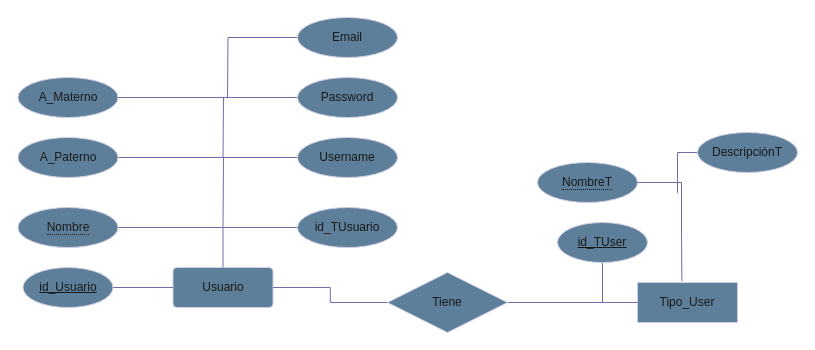
The draw.io diagram page "ModeloER" (2 of 3) of Newproject.drawio in Fil-Cabildo/Projectone, before the edit. Source tidied: cells renumbered, new cells numbered last; positions are measured from the earlier drawing's top-left corner, leaving out a move shared by most shapes. Both pictures are drawn from the tidied source at 100%, with x=0, y=0 at pixel (17, 17).
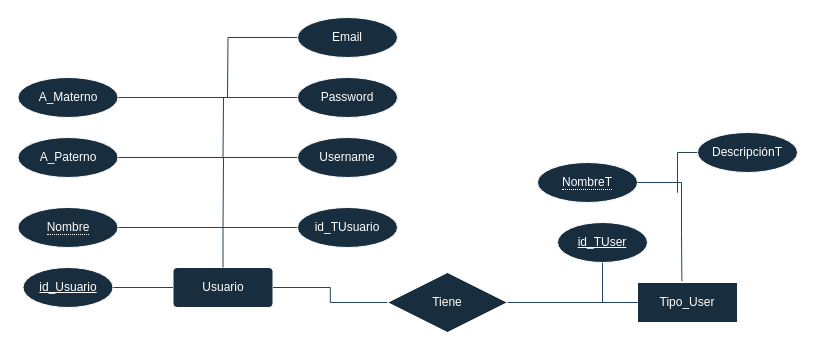
Above is the later version.

The edit, as a diff of the source:
```diff
@@
-<mxGraphModel background="light-dark(#FFFFFF,#776161)">
+<mxGraphModel background="light-dark(#FFFFFF, #02699d)">
@@
-    <mxCell id="2" value="Usuario" style="rounded=1;arcSize=10;whiteSpace=wrap;html=1;align=center;labelBackgroundColor=none;fillColor=#5D7F99;strokeColor=#D0CEE2;fontColor=#1A1A1A;" parent="1" vertex="1">
+    <mxCell id="2" value="Usuario" style="rounded=1;arcSize=10;whiteSpace=wrap;html=1;align=center;labelBackgroundColor=none;fillColor=#182E3E;strokeColor=#FFFFFF;fontColor=#FFFFFF;" parent="1" vertex="1">
       <mxGeometry x="155.5" y="250" width="100" height="40" as="geometry" />
     </mxCell>
-    <mxCell id="3" style="edgeStyle=orthogonalEdgeStyle;rounded=1;jettySize=auto;html=1;labelBackgroundColor=none;fontColor=default;strokeColor=#736CA8;endArrow=none;endFill=0;" parent="1" edge="1" source="4" target="2">
+    <mxCell id="3" style="edgeStyle=orthogonalEdgeStyle;rounded=1;jettySize=auto;html=1;labelBackgroundColor=none;fontColor=default;endArrow=none;endFill=0;strokeColor=#23445D;" parent="1" edge="1" source="4" target="2">
       <mxGeometry relative="1" as="geometry" />
     </mxCell>
-    <mxCell id="4" value="id_Usuario" style="ellipse;whiteSpace=wrap;html=1;align=center;fontStyle=4;rounded=1;labelBackgroundColor=none;fillColor=#5D7F99;strokeColor=#D0CEE2;fontColor=#1A1A1A;" parent="1" vertex="1">
+    <mxCell id="4" value="id_Usuario" style="ellipse;whiteSpace=wrap;html=1;align=center;fontStyle=4;rounded=1;labelBackgroundColor=none;fillColor=#182E3E;strokeColor=#FFFFFF;fontColor=#FFFFFF;" parent="1" vertex="1">
       <mxGeometry x="5.5" y="250" width="90" height="40" as="geometry" />
     </mxCell>
-    <mxCell id="5" style="edgeStyle=orthogonalEdgeStyle;rounded=0;jettySize=auto;html=1;strokeColor=#736CA8;endArrow=none;endFill=0;labelBackgroundColor=none;fontColor=default;" parent="1" edge="1" source="6" target="2">
+    <mxCell id="5" style="edgeStyle=orthogonalEdgeStyle;rounded=0;jettySize=auto;html=1;endArrow=none;endFill=0;labelBackgroundColor=none;fontColor=default;strokeColor=#23445D;" parent="1" edge="1" source="6" target="2">
       <mxGeometry relative="1" as="geometry" />
     </mxCell>
-    <mxCell id="6" value="&lt;span style=&quot;border-bottom: 1px dotted&quot;&gt;Nombre&lt;/span&gt;" style="ellipse;whiteSpace=wrap;html=1;align=center;strokeColor=#D0CEE2;fontColor=#1A1A1A;fillColor=#5D7F99;labelBackgroundColor=none;" parent="1" vertex="1">
+    <mxCell id="6" value="&lt;span style=&quot;border-bottom: 1px dotted&quot;&gt;Nombre&lt;/span&gt;" style="ellipse;whiteSpace=wrap;html=1;align=center;labelBackgroundColor=none;fillColor=#182E3E;strokeColor=#FFFFFF;fontColor=#FFFFFF;" parent="1" vertex="1">
       <mxGeometry x="0.5" y="190" width="100" height="40" as="geometry" />
     </mxCell>
-    <mxCell id="7" style="edgeStyle=orthogonalEdgeStyle;rounded=0;jettySize=auto;html=1;exitX=1;exitY=0.5;exitDx=0;exitDy=0;strokeColor=#736CA8;endArrow=none;endFill=0;labelBackgroundColor=none;fontColor=default;" parent="1" edge="1" source="8">
+    <mxCell id="7" style="edgeStyle=orthogonalEdgeStyle;rounded=0;jettySize=auto;html=1;exitX=1;exitY=0.5;exitDx=0;exitDy=0;endArrow=none;endFill=0;labelBackgroundColor=none;fontColor=default;strokeColor=#23445D;" parent="1" edge="1" source="8">
       <mxGeometry relative="1" as="geometry">
         <mxPoint x="205.5" y="210" as="targetPoint" />
       </mxGeometry>
     </mxCell>
-    <mxCell id="8" value="A_Paterno" style="ellipse;whiteSpace=wrap;html=1;align=center;strokeColor=#D0CEE2;fontColor=#1A1A1A;fillColor=#5D7F99;labelBackgroundColor=none;" parent="1" vertex="1">
+    <mxCell id="8" value="A_Paterno" style="ellipse;whiteSpace=wrap;html=1;align=center;labelBackgroundColor=none;fillColor=#182E3E;strokeColor=#FFFFFF;fontColor=#FFFFFF;" parent="1" vertex="1">
       <mxGeometry x="0.5" y="120" width="100" height="40" as="geometry" />
     </mxCell>
-    <mxCell id="9" style="edgeStyle=orthogonalEdgeStyle;rounded=0;jettySize=auto;html=1;strokeColor=#736CA8;endArrow=none;endFill=0;labelBackgroundColor=none;fontColor=default;" parent="1" edge="1" source="10">
+    <mxCell id="9" style="edgeStyle=orthogonalEdgeStyle;rounded=0;jettySize=auto;html=1;endArrow=none;endFill=0;labelBackgroundColor=none;fontColor=default;strokeColor=#23445D;" parent="1" edge="1" source="10">
       <mxGeometry relative="1" as="geometry">
         <mxPoint x="205.5" y="140" as="targetPoint" />
       </mxGeometry>
     </mxCell>
-    <mxCell id="10" value="A_Materno" style="ellipse;whiteSpace=wrap;html=1;align=center;strokeColor=#D0CEE2;fontColor=#1A1A1A;fillColor=#5D7F99;labelBackgroundColor=none;" parent="1" vertex="1">
+    <mxCell id="10" value="A_Materno" style="ellipse;whiteSpace=wrap;html=1;align=center;labelBackgroundColor=none;fillColor=#182E3E;strokeColor=#FFFFFF;fontColor=#FFFFFF;" parent="1" vertex="1">
       <mxGeometry x="0.5" y="60" width="100" height="40" as="geometry" />
     </mxCell>
-    <mxCell id="11" style="edgeStyle=orthogonalEdgeStyle;rounded=0;jettySize=auto;html=1;strokeColor=#736CA8;endArrow=none;endFill=0;labelBackgroundColor=none;fontColor=default;" parent="1" edge="1" source="12">
+    <mxCell id="11" style="edgeStyle=orthogonalEdgeStyle;rounded=0;jettySize=auto;html=1;endArrow=none;endFill=0;labelBackgroundColor=none;fontColor=default;strokeColor=#23445D;" parent="1" edge="1" source="12">
       <mxGeometry relative="1" as="geometry">
         <mxPoint x="200" y="80" as="targetPoint" />
       </mxGeometry>
     </mxCell>
-    <mxCell id="12" value="Password" style="ellipse;whiteSpace=wrap;html=1;align=center;strokeColor=#D0CEE2;fontColor=#1A1A1A;fillColor=#5D7F99;labelBackgroundColor=none;" parent="1" vertex="1">
+    <mxCell id="12" value="Password" style="ellipse;whiteSpace=wrap;html=1;align=center;labelBackgroundColor=none;fillColor=#182E3E;strokeColor=#FFFFFF;fontColor=#FFFFFF;" parent="1" vertex="1">
       <mxGeometry x="280" y="60" width="100" height="40" as="geometry" />
     </mxCell>
-    <mxCell id="13" style="edgeStyle=orthogonalEdgeStyle;rounded=0;jettySize=auto;html=1;strokeColor=#736CA8;endArrow=none;endFill=0;labelBackgroundColor=none;fontColor=default;" parent="1" edge="1" source="14">
+    <mxCell id="13" style="edgeStyle=orthogonalEdgeStyle;rounded=0;jettySize=auto;html=1;endArrow=none;endFill=0;labelBackgroundColor=none;fontColor=default;strokeColor=#23445D;" parent="1" edge="1" source="14">
       <mxGeometry relative="1" as="geometry">
         <mxPoint x="200" y="140" as="targetPoint" />
       </mxGeometry>
     </mxCell>
-    <mxCell id="14" value="Username" style="ellipse;whiteSpace=wrap;html=1;align=center;strokeColor=#D0CEE2;fontColor=#1A1A1A;fillColor=#5D7F99;labelBackgroundColor=none;" parent="1" vertex="1">
+    <mxCell id="14" value="Username" style="ellipse;whiteSpace=wrap;html=1;align=center;labelBackgroundColor=none;fillColor=#182E3E;strokeColor=#FFFFFF;fontColor=#FFFFFF;" parent="1" vertex="1">
       <mxGeometry x="280" y="120" width="100" height="40" as="geometry" />
     </mxCell>
-    <mxCell id="15" style="edgeStyle=orthogonalEdgeStyle;rounded=0;jettySize=auto;html=1;strokeColor=#736CA8;endArrow=none;endFill=0;labelBackgroundColor=none;fontColor=default;" parent="1" edge="1" source="16">
+    <mxCell id="15" style="edgeStyle=orthogonalEdgeStyle;rounded=0;jettySize=auto;html=1;endArrow=none;endFill=0;labelBackgroundColor=none;fontColor=default;strokeColor=#23445D;" parent="1" edge="1" source="16">
       <mxGeometry relative="1" as="geometry">
         <mxPoint x="200" y="210" as="targetPoint" />
       </mxGeometry>
     </mxCell>
-    <mxCell id="16" value="id_TUsuario" style="ellipse;whiteSpace=wrap;html=1;align=center;strokeColor=#D0CEE2;fontColor=#1A1A1A;fillColor=#5D7F99;labelBackgroundColor=none;" parent="1" vertex="1">
+    <mxCell id="16" value="id_TUsuario" style="ellipse;whiteSpace=wrap;html=1;align=center;labelBackgroundColor=none;fillColor=#182E3E;strokeColor=#FFFFFF;fontColor=#FFFFFF;" parent="1" vertex="1">
       <mxGeometry x="280" y="190" width="100" height="40" as="geometry" />
     </mxCell>
-    <mxCell id="17" style="edgeStyle=orthogonalEdgeStyle;rounded=0;jettySize=auto;html=1;strokeColor=#736CA8;endArrow=none;endFill=0;labelBackgroundColor=none;fontColor=default;" parent="1" edge="1" source="18">
+    <mxCell id="17" style="edgeStyle=orthogonalEdgeStyle;rounded=0;jettySize=auto;html=1;endArrow=none;endFill=0;labelBackgroundColor=none;fontColor=default;strokeColor=#23445D;" parent="1" edge="1" source="18">
       <mxGeometry relative="1" as="geometry">
         <mxPoint x="210" y="80" as="targetPoint" />
       </mxGeometry>
     </mxCell>
-    <mxCell id="18" value="Email" style="ellipse;whiteSpace=wrap;html=1;align=center;strokeColor=#D0CEE2;fontColor=#1A1A1A;fillColor=#5D7F99;labelBackgroundColor=none;" parent="1" vertex="1">
+    <mxCell id="18" value="Email" style="ellipse;whiteSpace=wrap;html=1;align=center;labelBackgroundColor=none;fillColor=#182E3E;strokeColor=#FFFFFF;fontColor=#FFFFFF;" parent="1" vertex="1">
       <mxGeometry x="280" width="100" height="40" as="geometry" />
     </mxCell>
-    <mxCell id="19" value="Tipo_User" style="whiteSpace=wrap;html=1;align=center;strokeColor=#D0CEE2;fontColor=#1A1A1A;fillColor=#5D7F99;labelBackgroundColor=none;" parent="1" vertex="1">
+    <mxCell id="19" value="Tipo_User" style="whiteSpace=wrap;html=1;align=center;labelBackgroundColor=none;fillColor=#182E3E;strokeColor=#FFFFFF;fontColor=#FFFFFF;" parent="1" vertex="1">
       <mxGeometry x="620" y="265" width="100" height="40" as="geometry" />
     </mxCell>
-    <mxCell id="20" style="edgeStyle=orthogonalEdgeStyle;rounded=0;jettySize=auto;html=1;entryX=0;entryY=0.5;entryDx=0;entryDy=0;strokeColor=#736CA8;endArrow=none;endFill=0;labelBackgroundColor=none;fontColor=default;" parent="1" edge="1" source="21" target="19">
+    <mxCell id="20" style="edgeStyle=orthogonalEdgeStyle;rounded=0;jettySize=auto;html=1;entryX=0;entryY=0.5;entryDx=0;entryDy=0;endArrow=none;endFill=0;labelBackgroundColor=none;fontColor=default;strokeColor=#23445D;" parent="1" edge="1" source="21" target="19">
       <mxGeometry relative="1" as="geometry" />
     </mxCell>
-    <mxCell id="21" value="id_TUser" style="ellipse;whiteSpace=wrap;html=1;align=center;fontStyle=4;rounded=1;labelBackgroundColor=none;fillColor=#5D7F99;strokeColor=#D0CEE2;fontColor=#1A1A1A;" parent="1" vertex="1">
+    <mxCell id="21" value="id_TUser" style="ellipse;whiteSpace=wrap;html=1;align=center;fontStyle=4;rounded=1;labelBackgroundColor=none;fillColor=#182E3E;strokeColor=#FFFFFF;fontColor=#FFFFFF;" parent="1" vertex="1">
       <mxGeometry x="540" y="205" width="90" height="40" as="geometry" />
     </mxCell>
-    <mxCell id="22" value="&lt;span style=&quot;border-bottom: 1px dotted&quot;&gt;NombreT&lt;/span&gt;" style="ellipse;whiteSpace=wrap;html=1;align=center;strokeColor=#D0CEE2;fontColor=#1A1A1A;fillColor=#5D7F99;labelBackgroundColor=none;" parent="1" vertex="1">
+    <mxCell id="22" value="&lt;span style=&quot;border-bottom: 1px dotted&quot;&gt;NombreT&lt;/span&gt;" style="ellipse;whiteSpace=wrap;html=1;align=center;labelBackgroundColor=none;fillColor=#182E3E;strokeColor=#FFFFFF;fontColor=#FFFFFF;" parent="1" vertex="1">
       <mxGeometry x="520" y="145" width="100" height="40" as="geometry" />
     </mxCell>
-    <mxCell id="23" style="edgeStyle=orthogonalEdgeStyle;rounded=0;jettySize=auto;html=1;strokeColor=#736CA8;endArrow=none;endFill=0;labelBackgroundColor=none;fontColor=default;" parent="1" edge="1" source="24">
+    <mxCell id="23" style="edgeStyle=orthogonalEdgeStyle;rounded=0;jettySize=auto;html=1;endArrow=none;endFill=0;labelBackgroundColor=none;fontColor=default;strokeColor=#23445D;" parent="1" edge="1" source="24">
       <mxGeometry relative="1" as="geometry">
         <mxPoint x="660" y="165" as="targetPoint" />
       </mxGeometry>
     </mxCell>
-    <mxCell id="24" value="DescripciónT" style="ellipse;whiteSpace=wrap;html=1;align=center;strokeColor=#D0CEE2;fontColor=#1A1A1A;fillColor=#5D7F99;labelBackgroundColor=none;" parent="1" vertex="1">
+    <mxCell id="24" value="DescripciónT" style="ellipse;whiteSpace=wrap;html=1;align=center;labelBackgroundColor=none;fillColor=#182E3E;strokeColor=#FFFFFF;fontColor=#FFFFFF;" parent="1" vertex="1">
       <mxGeometry x="680" y="115" width="100" height="40" as="geometry" />
     </mxCell>
-    <mxCell id="25" style="edgeStyle=orthogonalEdgeStyle;rounded=0;jettySize=auto;html=1;entryX=0.444;entryY=-0.03;entryDx=0;entryDy=0;entryPerimeter=0;strokeColor=#736CA8;endArrow=none;endFill=0;labelBackgroundColor=none;fontColor=default;" parent="1" edge="1" source="22" target="19">
+    <mxCell id="25" style="edgeStyle=orthogonalEdgeStyle;rounded=0;jettySize=auto;html=1;entryX=0.444;entryY=-0.03;entryDx=0;entryDy=0;entryPerimeter=0;endArrow=none;endFill=0;labelBackgroundColor=none;fontColor=default;strokeColor=#23445D;" parent="1" edge="1" source="22" target="19">
       <mxGeometry relative="1" as="geometry">
         <Array as="points">
           <mxPoint x="664" y="165" />
           <mxPoint x="664" y="215" />
         </Array>
       </mxGeometry>
     </mxCell>
-    <mxCell id="26" style="edgeStyle=orthogonalEdgeStyle;rounded=0;jettySize=auto;html=1;strokeColor=#736CA8;endArrow=none;endFill=0;labelBackgroundColor=none;fontColor=default;" parent="1" edge="1" source="28" target="2">
+    <mxCell id="26" style="edgeStyle=orthogonalEdgeStyle;rounded=0;jettySize=auto;html=1;endArrow=none;endFill=0;labelBackgroundColor=none;fontColor=default;strokeColor=#23445D;" parent="1" edge="1" source="28" target="2">
       <mxGeometry relative="1" as="geometry" />
     </mxCell>
-    <mxCell id="27" style="edgeStyle=orthogonalEdgeStyle;rounded=0;jettySize=auto;html=1;entryX=0;entryY=0.5;entryDx=0;entryDy=0;strokeColor=#736CA8;endArrow=none;endFill=0;labelBackgroundColor=none;fontColor=default;" parent="1" edge="1" source="28" target="19">
+    <mxCell id="27" style="edgeStyle=orthogonalEdgeStyle;rounded=0;jettySize=auto;html=1;entryX=0;entryY=0.5;entryDx=0;entryDy=0;endArrow=none;endFill=0;labelBackgroundColor=none;fontColor=default;strokeColor=#23445D;" parent="1" edge="1" source="28" target="19">
       <mxGeometry relative="1" as="geometry" />
     </mxCell>
-    <mxCell id="28" value="Tiene" style="shape=rhombus;perimeter=rhombusPerimeter;whiteSpace=wrap;html=1;align=center;strokeColor=#D0CEE2;fontColor=#1A1A1A;fillColor=#5D7F99;labelBackgroundColor=none;" parent="1" vertex="1">
+    <mxCell id="28" value="Tiene" style="shape=rhombus;perimeter=rhombusPerimeter;whiteSpace=wrap;html=1;align=center;labelBackgroundColor=none;fillColor=#182E3E;strokeColor=#FFFFFF;fontColor=#FFFFFF;" parent="1" vertex="1">
       <mxGeometry x="370" y="255" width="120" height="60" as="geometry" />
     </mxCell>
```
